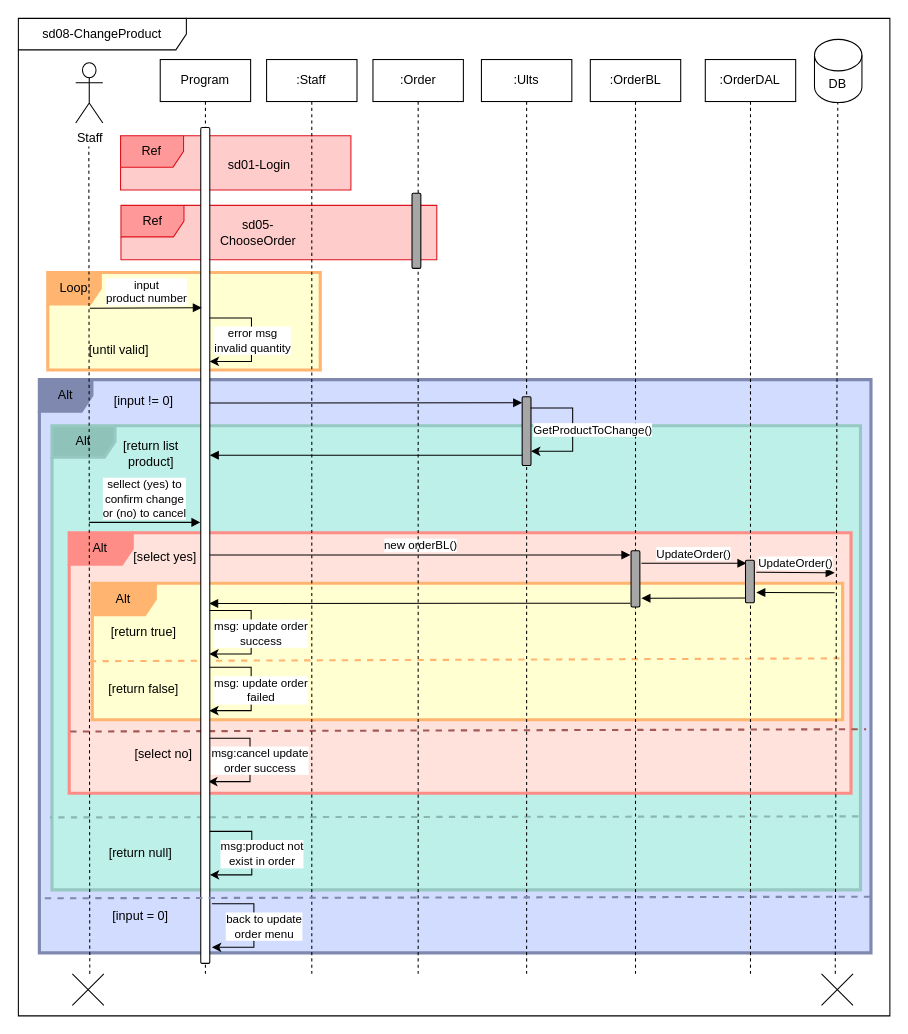
Before: page "Change Product" (8 of 12) of Diagram/Sequence_Diagram/Sequence Diagram.drawio in NDuc-Dev/Project-1, a draw.io diagram. Source tidied: cells renumbered, new cells numbered last; positions are measured from the earlier drawing's top-left corner, leaving out a move shared by most shapes. Both pictures are drawn from the tidied source at 105%, with x=0, y=0 at pixel (18, 18).
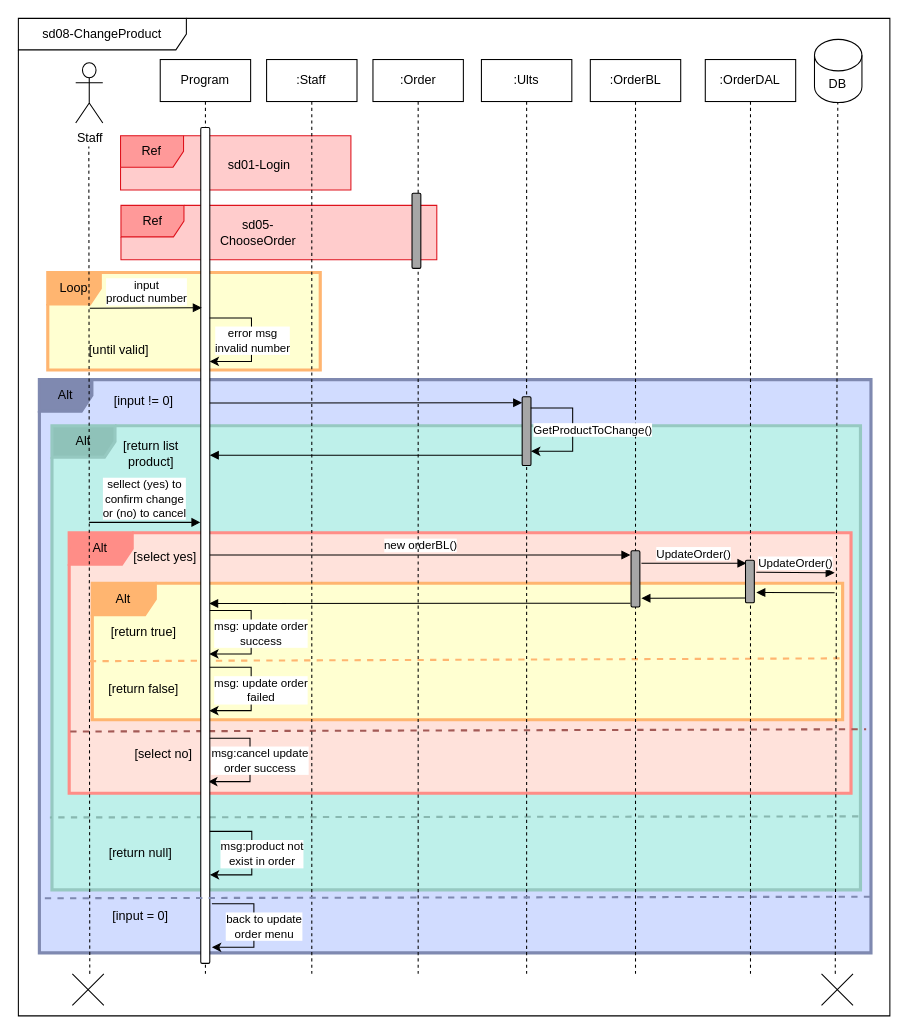
Above is the later version.

Unchanged cells that the change refers to:
```xml
<mxCell id="47" style="endArrow=classic;html=1;rounded=0;" parent="4" edge="1">
  <mxGeometry relative="1" as="geometry">
    <mxPoint x="170.1" y="265.3" as="sourcePoint" />
    <mxPoint x="170.1" y="306.7" as="targetPoint" />
    <Array as="points">
      <mxPoint x="210" y="265.3" />
      <mxPoint x="210" y="306.7" />
      <mxPoint x="191.9" y="306.7" />
    </Array>
  </mxGeometry>
</mxCell>
```

The edit, as a diff of the source:
```diff
@@
-    <mxCell id="48" value="error msg&lt;br&gt;invalid quantity" style="edgeLabel;html=1;align=center;verticalAlign=middle;rounded=1;" parent="47" vertex="1">
+    <mxCell id="48" value="error msg&lt;br&gt;invalid number" style="edgeLabel;html=1;align=center;verticalAlign=middle;rounded=1;" parent="47" vertex="1">
       <mxGeometry relative="1" as="geometry" />
     </mxCell>
```
